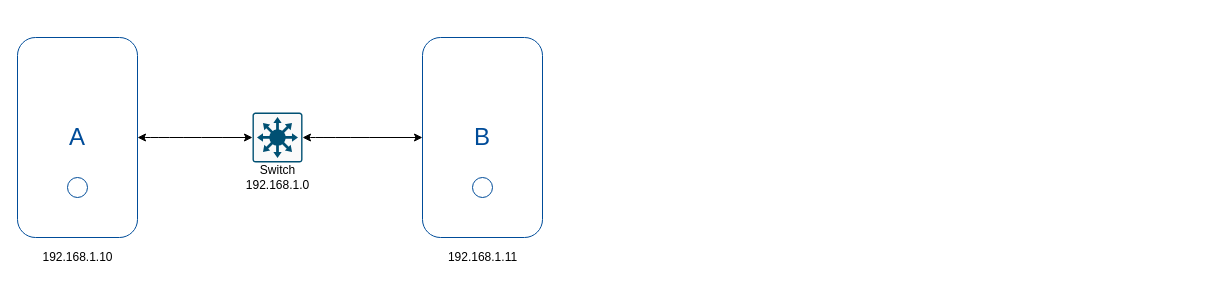
aditya109/journey-CKA keeps this draw.io diagram as assets/networking.drawio. Above is the earlier version. Source tidied: cells renumbered, new cells numbered last; positions are measured from the earlier drawing's top-left corner, leaving out a move shared by most shapes. Both pictures are drawn from the tidied source at 100%, with x=0, y=0 at pixel (17, 37).
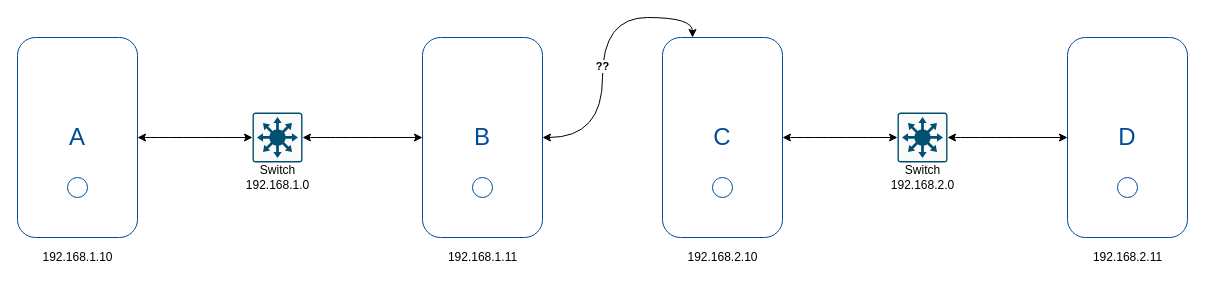
Above is the later version.

Unchanged cells that the change refers to:
```xml
<mxCell id="5" value="&lt;font style=&quot;font-size: 24px&quot; color=&quot;#004c99&quot;&gt;B&lt;/font&gt;" style="rounded=1;whiteSpace=wrap;html=1;strokeColor=#004C99;" parent="1" vertex="1">
  <mxGeometry x="405" width="120" height="200" as="geometry" />
</mxCell>
```

Diff of the diagram source:
```diff
@@
+    <mxCell id="13" style="edgeStyle=orthogonalEdgeStyle;curved=1;rounded=0;jettySize=auto;html=1;entryX=0.25;entryY=0;entryDx=0;entryDy=0;startArrow=classic;startFill=1;" parent="1" edge="1" source="5" target="16">
+      <mxGeometry relative="1" as="geometry" />
+    </mxCell>
+    <mxCell id="14" value="&lt;b&gt;??&lt;/b&gt;" style="edgeLabel;html=1;align=center;verticalAlign=middle;" parent="13" vertex="1">
+      <mxGeometry x="-0.09" y="1" relative="1" as="geometry" />
+    </mxCell>
@@
+    <mxCell id="15" style="group;" parent="1" vertex="1">
+      <mxGeometry x="645" width="120" height="200" as="geometry" />
+    </mxCell>
+    <mxCell id="16" value="&lt;font style=&quot;font-size: 24px&quot; color=&quot;#004c99&quot;&gt;C&lt;/font&gt;" style="rounded=1;whiteSpace=wrap;html=1;strokeColor=#004C99;" parent="15" vertex="1">
+      <mxGeometry width="120" height="200" as="geometry" />
+    </mxCell>
+    <mxCell id="17" style="ellipse;whiteSpace=wrap;html=1;strokeColor=#004C99;" parent="15" vertex="1">
+      <mxGeometry x="50" y="140" width="20" height="20" as="geometry" />
+    </mxCell>
+    <mxCell id="18" value="&lt;font style=&quot;font-size: 24px&quot; color=&quot;#004c99&quot;&gt;D&lt;/font&gt;" style="rounded=1;whiteSpace=wrap;html=1;strokeColor=#004C99;" parent="1" vertex="1">
+      <mxGeometry x="1050" width="120" height="200" as="geometry" />
+    </mxCell>
+    <mxCell id="19" style="ellipse;whiteSpace=wrap;html=1;strokeColor=#004C99;" parent="1" vertex="1">
+      <mxGeometry x="1100" y="140" width="20" height="20" as="geometry" />
+    </mxCell>
+    <mxCell id="20" style="edgeStyle=orthogonalEdgeStyle;curved=1;rounded=0;jettySize=auto;html=1;entryX=0;entryY=0.5;entryDx=0;entryDy=0;startArrow=classic;startFill=1;" parent="1" edge="1" source="21" target="18">
+      <mxGeometry relative="1" as="geometry" />
+    </mxCell>
+    <mxCell id="21" style="points=[[0.015,0.015,0],[0.985,0.015,0],[0.985,0.985,0],[0.015,0.985,0],[0.25,0,0],[0.5,0,0],[0.75,0,0],[1,0.25,0],[1,0.5,0],[1,0.75,0],[0.75,1,0],[0.5,1,0],[0.25,1,0],[0,0.75,0],[0,0.5,0],[0,0.25,0]];verticalLabelPosition=bottom;html=1;verticalAlign=top;align=center;shape=mxgraph.cisco19.rect;prIcon=l3_switch;fillColor=#FAFAFA;strokeColor=#005073;" parent="1" vertex="1">
+      <mxGeometry x="880" y="75" width="50" height="50" as="geometry" />
+    </mxCell>
+    <mxCell id="22" value="Switch&lt;br&gt;192.168.2.0" style="text;html=1;align=center;verticalAlign=middle;strokeColor=none;" parent="1" vertex="1">
+      <mxGeometry x="865" y="125" width="80" height="30" as="geometry" />
+    </mxCell>
+    <mxCell id="23" style="edgeStyle=orthogonalEdgeStyle;curved=1;rounded=0;jettySize=auto;html=1;exitX=1;exitY=0.5;exitDx=0;exitDy=0;entryX=0;entryY=0.5;entryDx=0;entryDy=0;entryPerimeter=0;startArrow=classic;startFill=1;" parent="1" edge="1" source="16" target="21">
+      <mxGeometry relative="1" as="geometry" />
+    </mxCell>
+    <mxCell id="24" value="192.168.2.10" style="text;html=1;align=center;verticalAlign=middle;strokeColor=none;" parent="1" vertex="1">
+      <mxGeometry x="660" y="210" width="90" height="20" as="geometry" />
+    </mxCell>
+    <mxCell id="25" value="192.168.2.11" style="text;html=1;align=center;verticalAlign=middle;strokeColor=none;" parent="1" vertex="1">
+      <mxGeometry x="1070" y="210" width="80" height="20" as="geometry" />
+    </mxCell>
```
